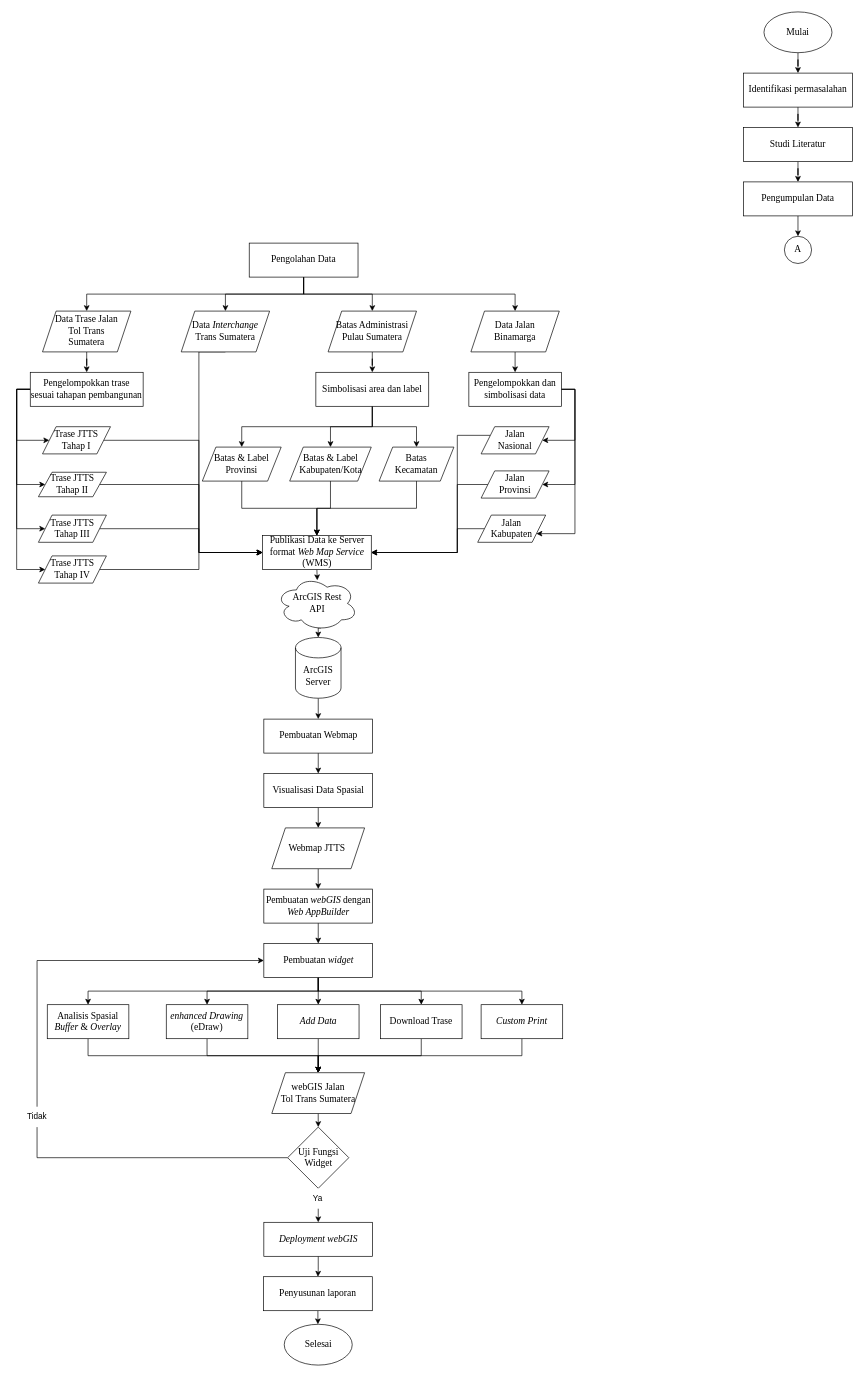
Above: proposal PA Dhany-cut.drawio in dhanyyudi/filediagramalir (draw.io), before the change. Source tidied: cells renumbered, new cells numbered last; positions are measured from the earlier drawing's top-left corner, leaving out a move shared by most shapes. Both pictures are drawn from the tidied source at 68%, with x=0, y=0 at pixel (16, 12).
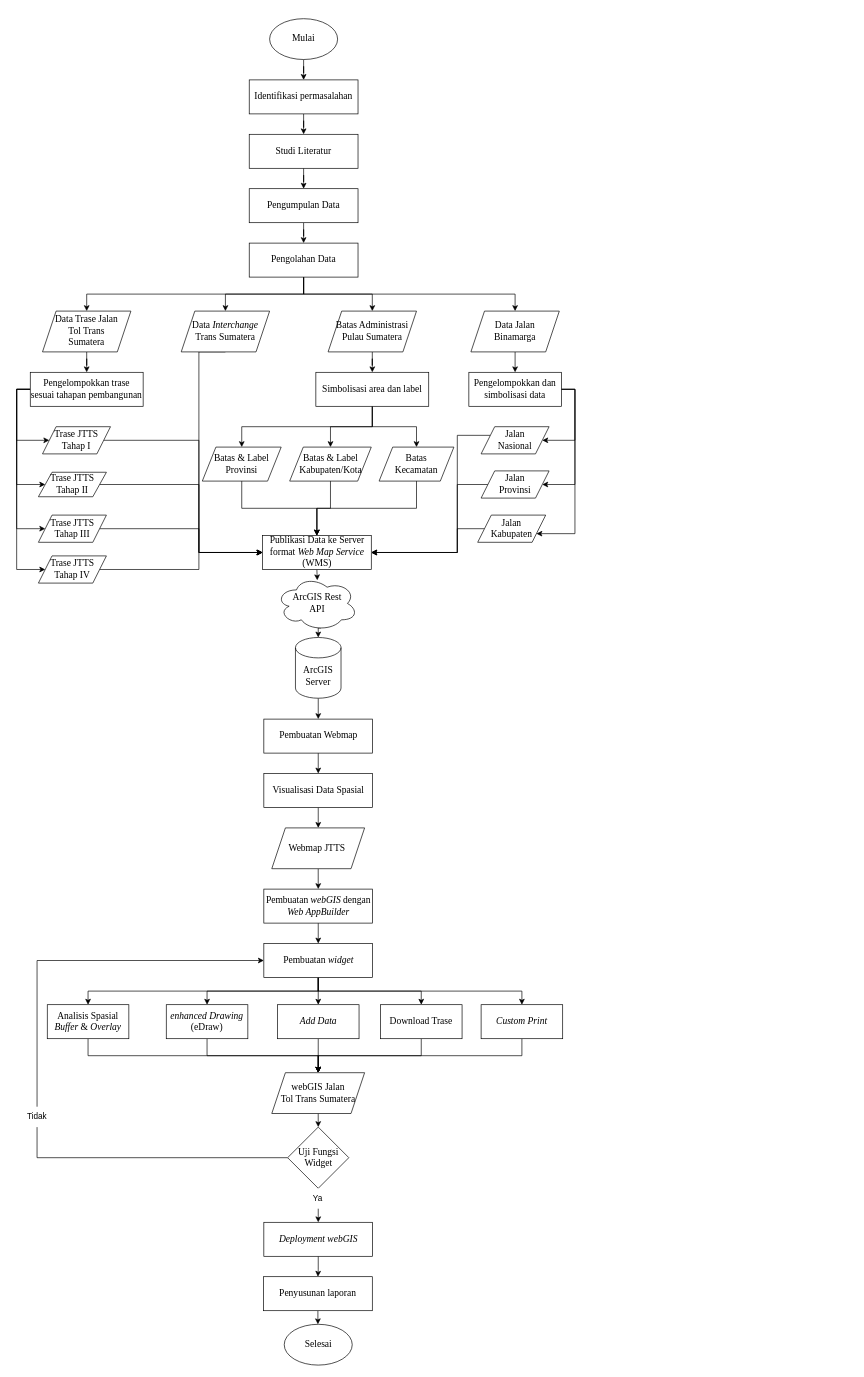
The same page after the edit.

Unchanged cells that the change refers to:
```xml
<mxCell id="14" value="&lt;font style=&quot;font-size: 14px;&quot;&gt;Pengolahan Data&lt;/font&gt;" style="rounded=0;whiteSpace=wrap;html=1;fontFamily=Times New Roman;" parent="1" vertex="1">
  <mxGeometry x="342" y="340" width="160" height="50" as="geometry" />
</mxCell>
```

What changed in the source:
```diff
@@
     <mxCell id="3" value="&lt;font face=&quot;Times New Roman&quot; style=&quot;font-size: 14px;&quot;&gt;Mulai&lt;/font&gt;" style="ellipse;whiteSpace=wrap;html=1;" parent="1" vertex="1">
-      <mxGeometry x="1099" width="100" height="60" as="geometry" />
+      <mxGeometry x="372" y="10" width="100" height="60" as="geometry" />
     </mxCell>
@@
     <mxCell id="5" value="&lt;font style=&quot;font-size: 14px;&quot;&gt;Identifikasi permasalahan&lt;/font&gt;" style="rounded=0;whiteSpace=wrap;html=1;fontFamily=Times New Roman;" parent="1" vertex="1">
-      <mxGeometry x="1069" y="90" width="160" height="50" as="geometry" />
+      <mxGeometry x="342" y="100" width="160" height="50" as="geometry" />
     </mxCell>
@@
     <mxCell id="7" value="&lt;font style=&quot;font-size: 14px;&quot;&gt;Studi Literatur&lt;/font&gt;" style="rounded=0;whiteSpace=wrap;html=1;fontFamily=Times New Roman;" parent="1" vertex="1">
-      <mxGeometry x="1069" y="170" width="160" height="50" as="geometry" />
+      <mxGeometry x="342" y="180" width="160" height="50" as="geometry" />
     </mxCell>
-    <mxCell id="8" style="edgeStyle=orthogonalEdgeStyle;rounded=0;jettySize=auto;html=1;exitX=0.5;exitY=1;exitDx=0;exitDy=0;entryX=0.5;entryY=0;entryDx=0;entryDy=0;" parent="1" edge="1" source="9" target="99">
-      <mxGeometry relative="1" as="geometry" />
-    </mxCell>
+    <mxCell id="100" style="edgeStyle=orthogonalEdgeStyle;rounded=0;jettySize=auto;html=1;" parent="1" edge="1" source="9" target="14">
+      <mxGeometry relative="1" as="geometry" />
+    </mxCell>
     <mxCell id="9" value="&lt;font style=&quot;font-size: 14px;&quot;&gt;Pengumpulan Data&lt;/font&gt;" style="rounded=0;whiteSpace=wrap;html=1;fontFamily=Times New Roman;" parent="1" vertex="1">
-      <mxGeometry x="1069" y="250" width="160" height="50" as="geometry" />
+      <mxGeometry x="342" y="260" width="160" height="50" as="geometry" />
     </mxCell>
@@
-    <mxCell id="99" value="&lt;font face=&quot;Times New Roman&quot; style=&quot;font-size: 14px;&quot;&gt;A&lt;/font&gt;" style="ellipse;whiteSpace=wrap;html=1;" parent="1" vertex="1">
-      <mxGeometry x="1129" y="330" width="40" height="40" as="geometry" />
-    </mxCell>
```
